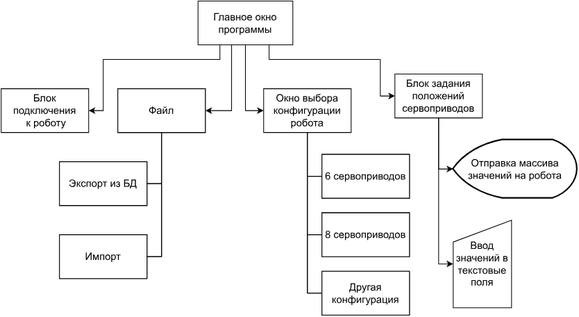
ArtemVolkov2103/1-Diplom keeps this draw.io diagram as структурная схема.svg. Above is the earlier version. Source tidied: cells renumbered, new cells last; positions are measured from the earlier drawing's top-left corner, leaving out a move shared by most shapes.
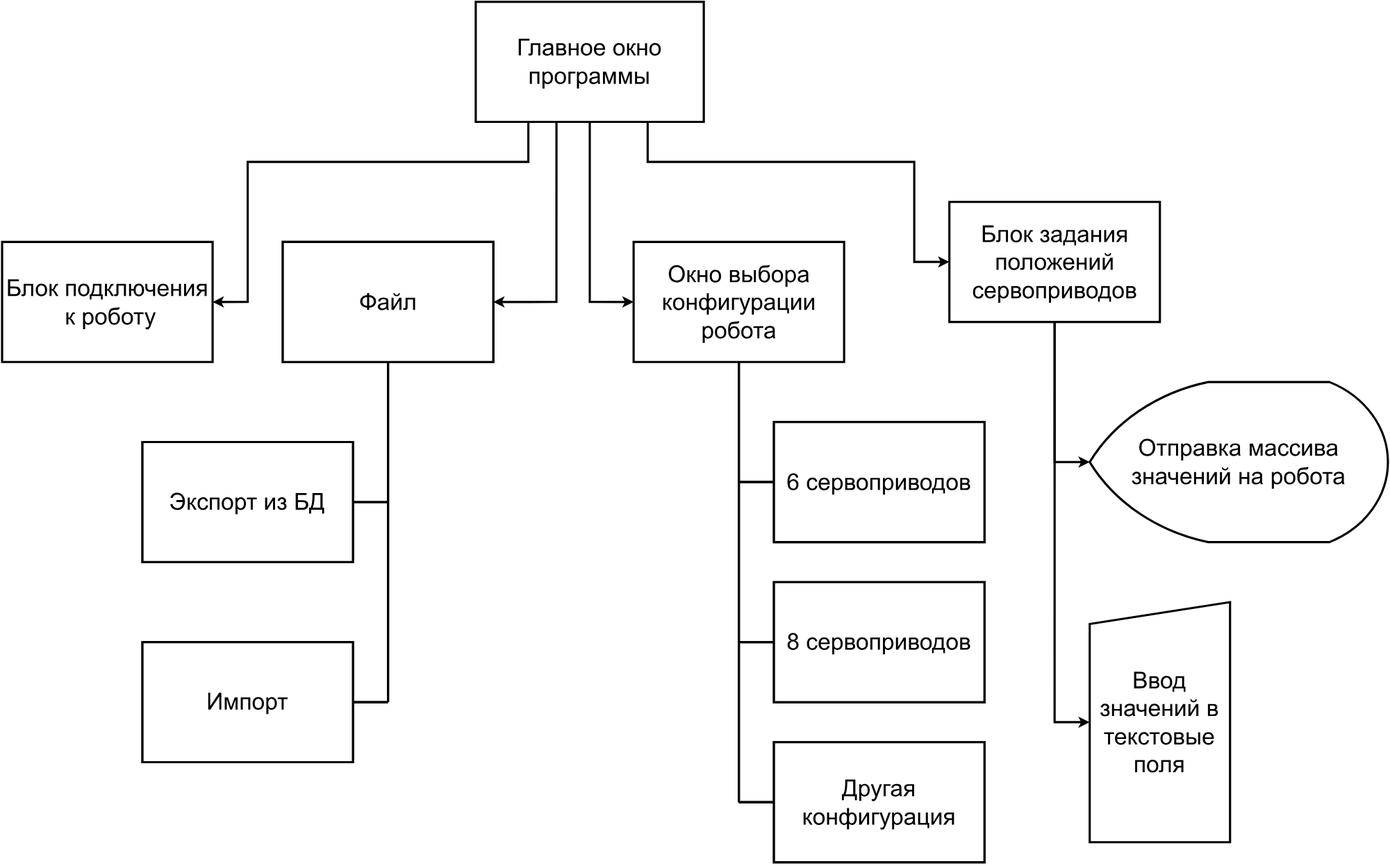
The same diagram one commit later.

What changed in the source:
```diff
@@ -2,162 +2,165 @@
   <root>
     <mxCell id="0" />
     <mxCell id="1" parent="0" />
+    <mxCell id="40" style="group;fontSize=32;strokeWidth=3;" parent="1" vertex="1">
+      <mxGeometry x="-190" y="-230" width="1900" height="1180" as="geometry" />
+    </mxCell>
-    <mxCell id="2" value="Файл" style="rounded=0;whiteSpace=wrap;html=1;fontSize=14;" parent="1" vertex="1">
-      <mxGeometry x="160" y="120" width="120" height="60" as="geometry" />
+    <mxCell id="2" value="Файл" style="rounded=0;whiteSpace=wrap;html=1;fontSize=32;strokeWidth=3;" parent="40" vertex="1">
+      <mxGeometry x="384.8" y="329.3" width="288.6" height="164.7" as="geometry" />
     </mxCell>
-    <mxCell id="3" value="Экспрорт из БД" style="rounded=0;whiteSpace=wrap;html=1;fontSize=14;" parent="1" vertex="1">
-      <mxGeometry x="80" y="220" width="120" height="60" as="geometry" />
+    <mxCell id="3" value="Экспрорт из БД" style="rounded=0;whiteSpace=wrap;html=1;fontSize=32;strokeWidth=3;" parent="40" vertex="1">
+      <mxGeometry x="192.4" y="603.7" width="288.6" height="164.7" as="geometry" />
     </mxCell>
-    <mxCell id="4" value="Импорт" style="rounded=0;whiteSpace=wrap;html=1;fontSize=14;" parent="1" vertex="1">
-      <mxGeometry x="80" y="320" width="120" height="60" as="geometry" />
+    <mxCell id="4" value="Импорт" style="rounded=0;whiteSpace=wrap;html=1;fontSize=32;strokeWidth=3;" parent="40" vertex="1">
+      <mxGeometry x="192.4" y="878.1" width="288.6" height="164.7" as="geometry" />
     </mxCell>
-    <mxCell id="5" style="endArrow=none;html=1;rounded=0;entryX=0.5;entryY=1;entryDx=0;entryDy=0;fontSize=14;" parent="1" edge="1" target="2">
+    <mxCell id="5" style="endArrow=none;html=1;rounded=0;entryX=0.5;entryY=1;entryDx=0;entryDy=0;fontSize=32;strokeWidth=3;" parent="40" edge="1" target="2">
       <mxGeometry relative="1" as="geometry">
-        <mxPoint x="220" y="350" as="sourcePoint" />
+        <mxPoint x="529.1" y="960.5" as="sourcePoint" />
       </mxGeometry>
     </mxCell>
-    <mxCell id="6" style="endArrow=none;html=1;rounded=0;entryX=1;entryY=0.5;entryDx=0;entryDy=0;fontSize=14;" parent="1" edge="1" target="4">
+    <mxCell id="6" style="endArrow=none;html=1;rounded=0;entryX=1;entryY=0.5;entryDx=0;entryDy=0;fontSize=32;strokeWidth=3;" parent="40" edge="1" target="4">
       <mxGeometry relative="1" as="geometry">
-        <mxPoint x="220" y="350" as="sourcePoint" />
+        <mxPoint x="529.1" y="960.5" as="sourcePoint" />
       </mxGeometry>
     </mxCell>
-    <mxCell id="7" style="endArrow=none;html=1;rounded=0;exitX=1;exitY=0.5;exitDx=0;exitDy=0;fontSize=14;" parent="1" edge="1" source="3">
+    <mxCell id="7" style="endArrow=none;html=1;rounded=0;exitX=1;exitY=0.5;exitDx=0;exitDy=0;fontSize=32;strokeWidth=3;" parent="40" edge="1" source="3">
       <mxGeometry relative="1" as="geometry">
-        <mxPoint x="220" y="250" as="targetPoint" />
+        <mxPoint x="529.1" y="686" as="targetPoint" />
       </mxGeometry>
     </mxCell>
-    <mxCell id="8" value="6 сервоприводов" style="rounded=0;whiteSpace=wrap;html=1;fontSize=14;" parent="1" vertex="1">
-      <mxGeometry x="440" y="210" width="120" height="60" as="geometry" />
+    <mxCell id="8" value="6 сервоприводов" style="rounded=0;whiteSpace=wrap;html=1;fontSize=32;strokeWidth=3;" parent="40" vertex="1">
+      <mxGeometry x="1058.2" y="576.3" width="288.6" height="164.7" as="geometry" />
     </mxCell>
-    <mxCell id="9" value="8 сервоприводов" style="rounded=0;whiteSpace=wrap;html=1;fontSize=14;" parent="1" vertex="1">
-      <mxGeometry x="440" y="290" width="120" height="60" as="geometry" />
+    <mxCell id="9" value="8 сервоприводов" style="rounded=0;whiteSpace=wrap;html=1;fontSize=32;strokeWidth=3;" parent="40" vertex="1">
+      <mxGeometry x="1058.2" y="795.8" width="288.6" height="164.7" as="geometry" />
     </mxCell>
-    <mxCell id="10" value="иная" style="rounded=0;whiteSpace=wrap;html=1;fontSize=14;" parent="1" vertex="1">
-      <mxGeometry x="440" y="370" width="120" height="60" as="geometry" />
+    <mxCell id="10" value="иная" style="rounded=0;whiteSpace=wrap;html=1;fontSize=32;strokeWidth=3;" parent="40" vertex="1">
+      <mxGeometry x="1058.2" y="1015.3" width="288.6" height="164.7" as="geometry" />
     </mxCell>
-    <mxCell id="11" style="endArrow=none;html=1;rounded=0;entryX=0.5;entryY=1;entryDx=0;entryDy=0;fontSize=14;" parent="1" edge="1">
+    <mxCell id="11" style="endArrow=none;html=1;rounded=0;entryX=0.5;entryY=1;entryDx=0;entryDy=0;fontSize=32;strokeWidth=3;" parent="40" edge="1">
       <mxGeometry relative="1" as="geometry">
-        <mxPoint x="420" y="400" as="sourcePoint" />
-        <mxPoint x="420" y="180" as="targetPoint" />
+        <mxPoint x="1010.1" y="1097.7" as="sourcePoint" />
+        <mxPoint x="1010.1" y="494" as="targetPoint" />
       </mxGeometry>
     </mxCell>
-    <mxCell id="12" style="endArrow=none;html=1;rounded=0;entryX=0;entryY=0.5;entryDx=0;entryDy=0;fontSize=14;" parent="1" edge="1" target="10">
+    <mxCell id="12" style="endArrow=none;html=1;rounded=0;entryX=0;entryY=0.5;entryDx=0;entryDy=0;fontSize=32;strokeWidth=3;" parent="40" edge="1" target="10">
       <mxGeometry relative="1" as="geometry">
-        <mxPoint x="420" y="400" as="sourcePoint" />
+        <mxPoint x="1010.1" y="1097.7" as="sourcePoint" />
       </mxGeometry>
     </mxCell>
-    <mxCell id="13" style="endArrow=none;html=1;rounded=0;entryX=0;entryY=0.5;entryDx=0;entryDy=0;fontSize=14;" parent="1" edge="1" target="9">
+    <mxCell id="13" style="endArrow=none;html=1;rounded=0;entryX=0;entryY=0.5;entryDx=0;entryDy=0;fontSize=32;strokeWidth=3;" parent="40" edge="1" target="9">
       <mxGeometry relative="1" as="geometry">
-        <mxPoint x="420" y="320" as="sourcePoint" />
+        <mxPoint x="1010.1" y="878.1" as="sourcePoint" />
       </mxGeometry>
     </mxCell>
-    <mxCell id="14" style="endArrow=none;html=1;rounded=0;entryX=0;entryY=0.5;entryDx=0;entryDy=0;fontSize=14;" parent="1" edge="1" target="8">
+    <mxCell id="14" style="endArrow=none;html=1;rounded=0;entryX=0;entryY=0.5;entryDx=0;entryDy=0;fontSize=32;strokeWidth=3;" parent="40" edge="1" target="8">
       <mxGeometry relative="1" as="geometry">
-        <mxPoint x="420" y="240" as="sourcePoint" />
+        <mxPoint x="1010.1" y="658.6" as="sourcePoint" />
       </mxGeometry>
     </mxCell>
-    <mxCell id="15" value="Блок подключения&lt;br style=&quot;font-size: 14px;&quot;&gt;&amp;nbsp;к роботу" style="rounded=0;whiteSpace=wrap;html=1;fontSize=14;" parent="1" vertex="1">
-      <mxGeometry y="120" width="120" height="60" as="geometry" />
+    <mxCell id="15" value="Блок подключения&lt;br style=&quot;font-size: 32px;&quot;&gt;&amp;nbsp;к роботу" style="rounded=0;whiteSpace=wrap;html=1;fontSize=32;strokeWidth=3;" parent="40" vertex="1">
+      <mxGeometry y="329.3" width="288.6" height="164.7" as="geometry" />
     </mxCell>
-    <mxCell id="16" value="Ввод значений в текстовые поля" style="shape=manualInput;whiteSpace=wrap;html=1;fontSize=14;" parent="1" vertex="1">
-      <mxGeometry x="620" y="300" width="80" height="120" as="geometry" />
+    <mxCell id="16" value="Ввод значений в текстовые поля" style="shape=manualInput;whiteSpace=wrap;html=1;fontSize=32;strokeWidth=3;" parent="40" vertex="1">
+      <mxGeometry x="1491.1" y="823.3" width="192.4" height="329.3" as="geometry" />
     </mxCell>
-    <mxCell id="17" value="Отправка массива значений на робота" style="strokeWidth=2;html=1;shape=mxgraph.flowchart.display;whiteSpace=wrap;fontSize=14;rotation=0;" parent="1" vertex="1">
-      <mxGeometry x="620" y="190" width="170" height="80" as="geometry" />
+    <mxCell id="17" value="Отправка массива значений на робота" style="strokeWidth=3;html=1;shape=mxgraph.flowchart.display;whiteSpace=wrap;fontSize=32;rotation=0;" parent="40" vertex="1">
+      <mxGeometry x="1491.1" y="521.4" width="408.9" height="219.5" as="geometry" />
     </mxCell>
-    <mxCell id="18" style="edgeStyle=orthogonalEdgeStyle;rounded=0;jettySize=auto;html=1;exitX=0.5;exitY=1;exitDx=0;exitDy=0;entryX=0;entryY=0.5;entryDx=0;entryDy=0;fontSize=14;" parent="1" edge="1" source="22" target="23">
-      <mxGeometry relative="1" as="geometry" />
-    </mxCell>
-    <mxCell id="19" style="edgeStyle=orthogonalEdgeStyle;rounded=0;jettySize=auto;html=1;exitX=0.75;exitY=1;exitDx=0;exitDy=0;entryX=0;entryY=0.5;entryDx=0;entryDy=0;fontSize=14;" parent="1" edge="1" source="22" target="39">
-      <mxGeometry relative="1" as="geometry">
-        <Array as="points">
-          <mxPoint x="368" y="80" />
-          <mxPoint x="520" y="80" />
-          <mxPoint x="520" y="130" />
-        </Array>
-      </mxGeometry>
-    </mxCell>
-    <mxCell id="20" style="edgeStyle=orthogonalEdgeStyle;rounded=0;jettySize=auto;html=1;exitX=0.354;exitY=1;exitDx=0;exitDy=0;entryX=1;entryY=0.5;entryDx=0;entryDy=0;fontSize=14;exitPerimeter=0;" parent="1" edge="1" source="22" target="24">
-      <mxGeometry relative="1" as="geometry" />
-    </mxCell>
-    <mxCell id="21" style="edgeStyle=orthogonalEdgeStyle;rounded=0;jettySize=auto;html=1;exitX=0.25;exitY=1;exitDx=0;exitDy=0;fontSize=14;entryX=1;entryY=0.5;entryDx=0;entryDy=0;" parent="1" edge="1" source="22" target="15">
+    <mxCell id="21" style="edgeStyle=orthogonalEdgeStyle;rounded=0;jettySize=auto;html=1;exitX=0.25;exitY=1;exitDx=0;exitDy=0;fontSize=32;entryX=1;entryY=0.5;entryDx=0;entryDy=0;strokeWidth=3;" parent="40" edge="1" source="22" target="15">
       <mxGeometry relative="1" as="geometry">
         <Array as="points">
-          <mxPoint x="303" y="50" />
-          <mxPoint x="300" y="50" />
-          <mxPoint x="300" y="80" />
-          <mxPoint x="140" y="80" />
-          <mxPoint x="140" y="150" />
+          <mxPoint x="728.7" y="137.2" />
+          <mxPoint x="721.5" y="137.2" />
+          <mxPoint x="721.5" y="219.5" />
+          <mxPoint x="336.7" y="219.5" />
+          <mxPoint x="336.7" y="411.6" />
         </Array>
       </mxGeometry>
     </mxCell>
-    <mxCell id="22" value="Главное окно программы" style="rounded=0;whiteSpace=wrap;html=1;fontSize=14;" parent="1" vertex="1">
-      <mxGeometry x="270" width="130" height="60" as="geometry" />
+    <mxCell id="22" value="Главное окно программы" style="rounded=0;whiteSpace=wrap;html=1;fontSize=32;strokeWidth=3;" parent="40" vertex="1">
+      <mxGeometry x="649.4" width="312.7" height="164.7" as="geometry" />
     </mxCell>
-    <mxCell id="23" value="Окно выбора конфигурации робота" style="rounded=0;whiteSpace=wrap;html=1;fontSize=14;" parent="1" vertex="1">
-      <mxGeometry x="360" y="120" width="120" height="60" as="geometry" />
+    <mxCell id="23" value="Окно выбора конфигурации робота" style="rounded=0;whiteSpace=wrap;html=1;fontSize=32;strokeWidth=3;" parent="40" vertex="1">
+      <mxGeometry x="865.8" y="329.3" width="288.6" height="164.7" as="geometry" />
     </mxCell>
+    <mxCell id="18" style="edgeStyle=orthogonalEdgeStyle;rounded=0;jettySize=auto;html=1;exitX=0.5;exitY=1;exitDx=0;exitDy=0;entryX=0;entryY=0.5;entryDx=0;entryDy=0;fontSize=32;strokeWidth=3;" parent="40" edge="1" source="22" target="23">
+      <mxGeometry relative="1" as="geometry" />
+    </mxCell>
-    <mxCell id="24" value="Файл" style="rounded=0;whiteSpace=wrap;html=1;fontSize=14;" parent="1" vertex="1">
-      <mxGeometry x="160" y="120" width="120" height="60" as="geometry" />
+    <mxCell id="24" value="Файл" style="rounded=0;whiteSpace=wrap;html=1;fontSize=32;strokeWidth=3;" parent="40" vertex="1">
+      <mxGeometry x="384.8" y="329.3" width="288.6" height="164.7" as="geometry" />
     </mxCell>
+    <mxCell id="20" style="edgeStyle=orthogonalEdgeStyle;rounded=0;jettySize=auto;html=1;exitX=0.354;exitY=1;exitDx=0;exitDy=0;entryX=1;entryY=0.5;entryDx=0;entryDy=0;fontSize=32;exitPerimeter=0;strokeWidth=3;" parent="40" edge="1" source="22" target="24">
+      <mxGeometry relative="1" as="geometry" />
+    </mxCell>
-    <mxCell id="25" value="Экспорт из БД" style="rounded=0;whiteSpace=wrap;html=1;fontSize=14;" parent="1" vertex="1">
-      <mxGeometry x="80" y="220" width="120" height="60" as="geometry" />
+    <mxCell id="25" value="Экспорт из БД" style="rounded=0;whiteSpace=wrap;html=1;fontSize=32;strokeWidth=3;" parent="40" vertex="1">
+      <mxGeometry x="192.4" y="603.7" width="288.6" height="164.7" as="geometry" />
     </mxCell>
-    <mxCell id="26" value="Импорт" style="rounded=0;whiteSpace=wrap;html=1;fontSize=14;" parent="1" vertex="1">
-      <mxGeometry x="80" y="320" width="120" height="60" as="geometry" />
+    <mxCell id="26" value="Импорт" style="rounded=0;whiteSpace=wrap;html=1;fontSize=32;strokeWidth=3;" parent="40" vertex="1">
+      <mxGeometry x="192.4" y="878.1" width="288.6" height="164.7" as="geometry" />
     </mxCell>
-    <mxCell id="27" style="endArrow=none;html=1;rounded=0;entryX=0.5;entryY=1;entryDx=0;entryDy=0;fontSize=14;" parent="1" edge="1" target="24">
+    <mxCell id="27" style="endArrow=none;html=1;rounded=0;entryX=0.5;entryY=1;entryDx=0;entryDy=0;fontSize=32;strokeWidth=3;" parent="40" edge="1" target="24">
       <mxGeometry relative="1" as="geometry">
-        <mxPoint x="220" y="350" as="sourcePoint" />
+        <mxPoint x="529.1" y="960.5" as="sourcePoint" />
       </mxGeometry>
     </mxCell>
-    <mxCell id="28" style="endArrow=none;html=1;rounded=0;entryX=1;entryY=0.5;entryDx=0;entryDy=0;fontSize=14;" parent="1" edge="1" target="26">
+    <mxCell id="28" style="endArrow=none;html=1;rounded=0;entryX=1;entryY=0.5;entryDx=0;entryDy=0;fontSize=32;strokeWidth=3;" parent="40" edge="1" target="26">
       <mxGeometry relative="1" as="geometry">
-        <mxPoint x="220" y="350" as="sourcePoint" />
+        <mxPoint x="529.1" y="960.5" as="sourcePoint" />
       </mxGeometry>
     </mxCell>
-    <mxCell id="29" style="endArrow=none;html=1;rounded=0;exitX=1;exitY=0.5;exitDx=0;exitDy=0;fontSize=14;" parent="1" edge="1" source="25">
+    <mxCell id="29" style="endArrow=none;html=1;rounded=0;exitX=1;exitY=0.5;exitDx=0;exitDy=0;fontSize=32;strokeWidth=3;" parent="40" edge="1" source="25">
       <mxGeometry relative="1" as="geometry">
-        <mxPoint x="220" y="250" as="targetPoint" />
+        <mxPoint x="529.1" y="686" as="targetPoint" />
       </mxGeometry>
     </mxCell>
-    <mxCell id="30" value="6 сервоприводов" style="rounded=0;whiteSpace=wrap;html=1;fontSize=14;" parent="1" vertex="1">
-      <mxGeometry x="440" y="210" width="120" height="60" as="geometry" />
+    <mxCell id="30" value="6 сервоприводов" style="rounded=0;whiteSpace=wrap;html=1;fontSize=32;strokeWidth=3;" parent="40" vertex="1">
+      <mxGeometry x="1058.2" y="576.3" width="288.6" height="164.7" as="geometry" />
     </mxCell>
-    <mxCell id="31" value="8 сервоприводов" style="rounded=0;whiteSpace=wrap;html=1;fontSize=14;" parent="1" vertex="1">
-      <mxGeometry x="440" y="290" width="120" height="60" as="geometry" />
+    <mxCell id="31" value="8 сервоприводов" style="rounded=0;whiteSpace=wrap;html=1;fontSize=32;strokeWidth=3;" parent="40" vertex="1">
+      <mxGeometry x="1058.2" y="795.8" width="288.6" height="164.7" as="geometry" />
     </mxCell>
-    <mxCell id="32" value="Другая конфигурация" style="rounded=0;whiteSpace=wrap;html=1;fontSize=14;" parent="1" vertex="1">
-      <mxGeometry x="440" y="370" width="120" height="60" as="geometry" />
+    <mxCell id="32" value="Другая конфигурация" style="rounded=0;whiteSpace=wrap;html=1;fontSize=32;strokeWidth=3;" parent="40" vertex="1">
+      <mxGeometry x="1058.2" y="1015.3" width="288.6" height="164.7" as="geometry" />
     </mxCell>
-    <mxCell id="33" style="endArrow=none;html=1;rounded=0;entryX=0.5;entryY=1;entryDx=0;entryDy=0;fontSize=14;" parent="1" edge="1" target="23">
+    <mxCell id="33" style="endArrow=none;html=1;rounded=0;entryX=0.5;entryY=1;entryDx=0;entryDy=0;fontSize=32;strokeWidth=3;" parent="40" edge="1" target="23">
       <mxGeometry relative="1" as="geometry">
-        <mxPoint x="420" y="400" as="sourcePoint" />
+        <mxPoint x="1010.1" y="1097.7" as="sourcePoint" />
       </mxGeometry>
     </mxCell>
-    <mxCell id="34" style="endArrow=none;html=1;rounded=0;entryX=0;entryY=0.5;entryDx=0;entryDy=0;fontSize=14;" parent="1" edge="1" target="32">
+    <mxCell id="34" style="endArrow=none;html=1;rounded=0;entryX=0;entryY=0.5;entryDx=0;entryDy=0;fontSize=32;strokeWidth=3;" parent="40" edge="1" target="32">
       <mxGeometry relative="1" as="geometry">
-        <mxPoint x="420" y="400" as="sourcePoint" />
+        <mxPoint x="1010.1" y="1097.7" as="sourcePoint" />
       </mxGeometry>
     </mxCell>
-    <mxCell id="35" style="endArrow=none;html=1;rounded=0;entryX=0;entryY=0.5;entryDx=0;entryDy=0;fontSize=14;" parent="1" edge="1" target="31">
+    <mxCell id="35" style="endArrow=none;html=1;rounded=0;entryX=0;entryY=0.5;entryDx=0;entryDy=0;fontSize=32;strokeWidth=3;" parent="40" edge="1" target="31">
       <mxGeometry relative="1" as="geometry">
-        <mxPoint x="420" y="320" as="sourcePoint" />
+        <mxPoint x="1010.1" y="878.1" as="sourcePoint" />
       </mxGeometry>
     </mxCell>
-    <mxCell id="36" style="endArrow=none;html=1;rounded=0;entryX=0;entryY=0.5;entryDx=0;entryDy=0;fontSize=14;" parent="1" edge="1" target="30">
+    <mxCell id="36" style="endArrow=none;html=1;rounded=0;entryX=0;entryY=0.5;entryDx=0;entryDy=0;fontSize=32;strokeWidth=3;" parent="40" edge="1" target="30">
       <mxGeometry relative="1" as="geometry">
-        <mxPoint x="420" y="240" as="sourcePoint" />
+        <mxPoint x="1010.1" y="658.6" as="sourcePoint" />
       </mxGeometry>
     </mxCell>
-    <mxCell id="37" style="edgeStyle=orthogonalEdgeStyle;rounded=0;jettySize=auto;html=1;exitX=0.5;exitY=1;exitDx=0;exitDy=0;entryX=0;entryY=0.5;entryDx=0;entryDy=0;entryPerimeter=0;" parent="1" edge="1" source="39" target="17">
+    <mxCell id="37" style="edgeStyle=orthogonalEdgeStyle;rounded=0;jettySize=auto;html=1;exitX=0.5;exitY=1;exitDx=0;exitDy=0;entryX=0;entryY=0.5;entryDx=0;entryDy=0;entryPerimeter=0;fontSize=32;strokeWidth=3;" parent="40" edge="1" source="39" target="17">
       <mxGeometry relative="1" as="geometry" />
     </mxCell>
-    <mxCell id="38" style="edgeStyle=orthogonalEdgeStyle;rounded=0;jettySize=auto;html=1;exitX=0.5;exitY=1;exitDx=0;exitDy=0;entryX=0;entryY=0.5;entryDx=0;entryDy=0;" parent="1" edge="1" source="39" target="16">
+    <mxCell id="38" style="edgeStyle=orthogonalEdgeStyle;rounded=0;jettySize=auto;html=1;exitX=0.5;exitY=1;exitDx=0;exitDy=0;entryX=0;entryY=0.5;entryDx=0;entryDy=0;fontSize=32;strokeWidth=3;" parent="40" edge="1" source="39" target="16">
       <mxGeometry relative="1" as="geometry" />
     </mxCell>
-    <mxCell id="39" value="Блок задания положений сервоприводов" style="rounded=0;whiteSpace=wrap;html=1;fontSize=14;" parent="1" vertex="1">
-      <mxGeometry x="540" y="100" width="120" height="60" as="geometry" />
+    <mxCell id="39" value="Блок задания положений сервоприводов" style="rounded=0;whiteSpace=wrap;html=1;fontSize=32;strokeWidth=3;" parent="40" vertex="1">
+      <mxGeometry x="1298.7" y="274.4" width="288.6" height="164.7" as="geometry" />
     </mxCell>
+    <mxCell id="19" style="edgeStyle=orthogonalEdgeStyle;rounded=0;jettySize=auto;html=1;exitX=0.75;exitY=1;exitDx=0;exitDy=0;entryX=0;entryY=0.5;entryDx=0;entryDy=0;fontSize=32;strokeWidth=3;" parent="40" edge="1" source="22" target="39">
+      <mxGeometry relative="1" as="geometry">
+        <Array as="points">
+          <mxPoint x="885.1" y="219.5" />
+          <mxPoint x="1250.6" y="219.5" />
+          <mxPoint x="1250.6" y="356.7" />
+        </Array>
+      </mxGeometry>
+    </mxCell>
   </root>
 </mxGraphModel>
```
